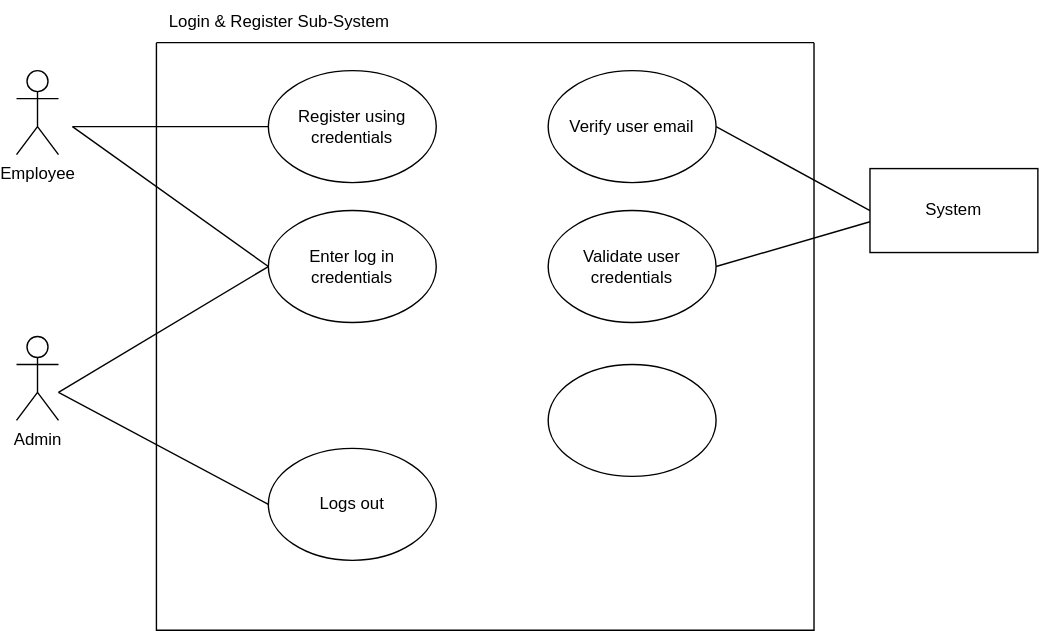
This is Untitled Diagram.drawio.svg from Simamkele88/IFM3_GP, a draw.io export, as it was before one commit. Source tidied: cells renumbered, new cells last; positions are measured from the earlier drawing's top-left corner, leaving out a move shared by most shapes.
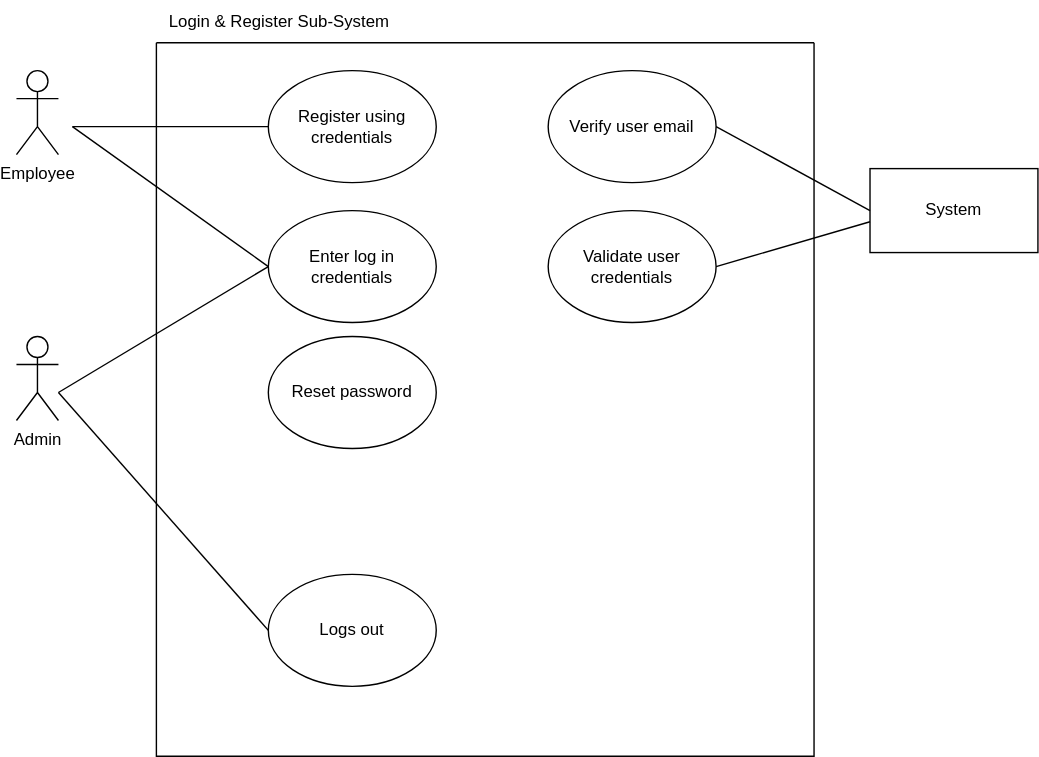
After the change.

What changed in the source:
```diff
@@ -12,7 +12,7 @@
       <mxGeometry x="610" y="120" width="120" height="60" as="geometry" />
     </mxCell>
     <mxCell id="5" style="swimlane;startSize=0;" parent="1" vertex="1">
-      <mxGeometry x="100" y="30" width="470" height="420" as="geometry" />
+      <mxGeometry x="100" y="30" width="470" height="510" as="geometry" />
     </mxCell>
     <mxCell id="6" value="Enter log in credentials" style="ellipse;whiteSpace=wrap;html=1;strokeColor=default;align=center;verticalAlign=middle;fontFamily=Helvetica;fontSize=12;fontColor=default;fillColor=default;" parent="5" vertex="1">
       <mxGeometry x="80" y="120" width="120" height="80" as="geometry" />
@@ -24,7 +24,7 @@
       <mxGeometry x="80" y="20" width="120" height="80" as="geometry" />
     </mxCell>
     <mxCell id="9" value="Logs out" style="ellipse;whiteSpace=wrap;html=1;strokeColor=default;align=center;verticalAlign=middle;fontFamily=Helvetica;fontSize=12;fontColor=default;fillColor=default;" parent="5" vertex="1">
-      <mxGeometry x="80" y="290" width="120" height="80" as="geometry" />
+      <mxGeometry x="80" y="380" width="120" height="80" as="geometry" />
     </mxCell>
     <mxCell id="10" value="Validate user credentials" style="ellipse;whiteSpace=wrap;html=1;" parent="5" vertex="1">
       <mxGeometry x="280" y="120" width="120" height="80" as="geometry" />
@@ -34,8 +34,8 @@
         <mxPoint x="-70" y="250" as="sourcePoint" />
       </mxGeometry>
     </mxCell>
-    <mxCell id="12" style="ellipse;whiteSpace=wrap;html=1;strokeColor=default;align=center;verticalAlign=middle;fontFamily=Helvetica;fontSize=12;fontColor=default;fillColor=default;" parent="5" vertex="1">
-      <mxGeometry x="280" y="230" width="120" height="80" as="geometry" />
+    <mxCell id="12" value="Reset password" style="ellipse;whiteSpace=wrap;html=1;strokeColor=default;align=center;verticalAlign=middle;fontFamily=Helvetica;fontSize=12;fontColor=default;fillColor=default;" parent="5" vertex="1">
+      <mxGeometry x="80" y="210" width="120" height="80" as="geometry" />
     </mxCell>
     <mxCell id="13" style="endArrow=none;html=1;rounded=0;entryX=0;entryY=0.5;entryDx=0;entryDy=0;" parent="1" edge="1" target="6">
       <mxGeometry relative="1" as="geometry">
```
